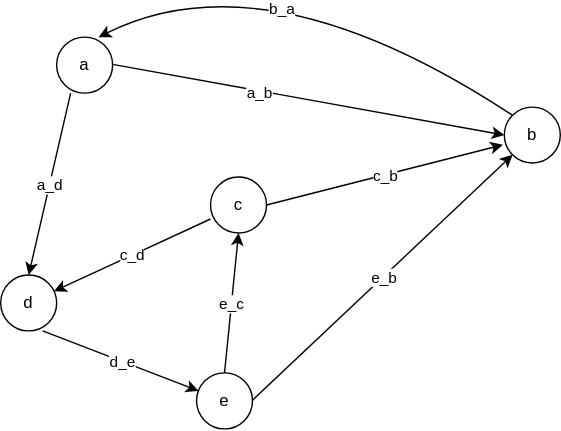
Earlier version of the draw.io export algorithms/graph/__test__/graph3.svg (nishantatgit/some-js-things). Source tidied: cells renumbered, new cells last; positions are measured from the earlier drawing's top-left corner, leaving out a move shared by most shapes.
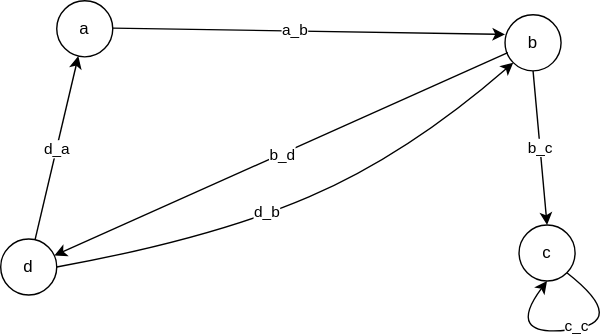
After the commit.

Change to the diagram source:
```diff
@@ -9,77 +9,64 @@
       <mxGeometry x="40" y="60" width="40" height="40" as="geometry" />
     </mxCell>
     <mxCell id="4" value="b" style="ellipse;whiteSpace=wrap;html=1;" parent="1" vertex="1">
-      <mxGeometry x="360" y="110" width="40" height="40" as="geometry" />
+      <mxGeometry x="360" y="70" width="40" height="40" as="geometry" />
     </mxCell>
-    <mxCell id="5" value="e" style="ellipse;whiteSpace=wrap;html=1;" parent="1" vertex="1">
-      <mxGeometry x="140" y="300" width="40" height="40" as="geometry" />
-    </mxCell>
     <mxCell id="6" value="c" style="ellipse;whiteSpace=wrap;html=1;" parent="1" vertex="1">
-      <mxGeometry x="150" y="160" width="40" height="40" as="geometry" />
+      <mxGeometry x="370" y="220" width="40" height="40" as="geometry" />
     </mxCell>
-    <mxCell id="7" style="endArrow=classic;html=1;entryX=0;entryY=1;entryDx=0;entryDy=0;" parent="1" edge="1" target="4">
-      <mxGeometry relative="1" as="geometry">
-        <mxPoint x="180" y="319.5" as="sourcePoint" />
-      </mxGeometry>
-    </mxCell>
-    <mxCell id="8" value="e_b" style="edgeLabel;html=1;align=center;verticalAlign=middle;" parent="7" vertex="1">
-      <mxGeometry relative="1" as="geometry" />
-    </mxCell>
-    <mxCell id="9" style="endArrow=classic;html=1;exitX=0;exitY=0.75;exitDx=0;exitDy=0;exitPerimeter=0;" parent="1" edge="1" source="6" target="2">
+    <mxCell id="9" style="endArrow=classic;html=1;exitX=0.05;exitY=0.675;exitDx=0;exitDy=0;exitPerimeter=0;" parent="1" edge="1" source="4" target="2">
       <mxGeometry relative="1" as="geometry" />
     </mxCell>
-    <mxCell id="10" value="c_d" style="edgeLabel;html=1;align=center;verticalAlign=middle;" parent="9" vertex="1">
+    <mxCell id="10" value="b_d" style="edgeLabel;html=1;align=center;verticalAlign=middle;" parent="9" vertex="1">
       <mxGeometry relative="1" as="geometry" />
     </mxCell>
-    <mxCell id="11" style="endArrow=classic;html=1;entryX=0.5;entryY=1;entryDx=0;entryDy=0;exitX=0.5;exitY=0;exitDx=0;exitDy=0;" parent="1" edge="1" source="5" target="6">
-      <mxGeometry relative="1" as="geometry" />
-    </mxCell>
-    <mxCell id="12" value="e_c" style="edgeLabel;html=1;align=center;verticalAlign=middle;" parent="11" vertex="1">
-      <mxGeometry relative="1" as="geometry" />
-    </mxCell>
-    <mxCell id="13" style="endArrow=classic;html=1;" parent="1" edge="1" target="5">
-      <mxGeometry relative="1" as="geometry">
-        <mxPoint x="30" y="270" as="sourcePoint" />
-      </mxGeometry>
-    </mxCell>
-    <mxCell id="14" value="d_e" style="edgeLabel;html=1;align=center;verticalAlign=middle;" parent="13" vertex="1">
-      <mxGeometry relative="1" as="geometry" />
-    </mxCell>
-    <mxCell id="15" style="endArrow=classic;html=1;entryX=-0.025;entryY=0.675;entryDx=0;entryDy=0;entryPerimeter=0;exitX=1;exitY=0.5;exitDx=0;exitDy=0;" parent="1" edge="1" source="6" target="4">
+    <mxCell id="15" style="endArrow=classic;html=1;entryX=0.5;entryY=0;entryDx=0;entryDy=0;exitX=0.5;exitY=1;exitDx=0;exitDy=0;" parent="1" edge="1" source="4" target="6">
       <mxGeometry relative="1" as="geometry" />
     </mxCell>
-    <mxCell id="16" value="c_b" style="edgeLabel;html=1;align=center;verticalAlign=middle;" parent="15" vertex="1">
+    <mxCell id="16" value="b_c" style="edgeLabel;html=1;align=center;verticalAlign=middle;" parent="15" vertex="1">
       <mxGeometry relative="1" as="geometry" />
     </mxCell>
-    <mxCell id="17" style="endArrow=classic;html=1;entryX=0;entryY=0.5;entryDx=0;entryDy=0;" parent="1" edge="1" target="4">
+    <mxCell id="17" style="endArrow=classic;html=1;entryX=0;entryY=0.35;entryDx=0;entryDy=0;entryPerimeter=0;" parent="1" edge="1" target="4">
       <mxGeometry relative="1" as="geometry">
         <mxPoint x="80" y="79.5" as="sourcePoint" />
       </mxGeometry>
     </mxCell>
-    <mxCell id="18" style="endArrow=classic;html=1;entryX=0.5;entryY=0;entryDx=0;entryDy=0;" parent="1" edge="1" target="2">
-      <mxGeometry relative="1" as="geometry">
-        <mxPoint x="50" y="100" as="sourcePoint" />
-      </mxGeometry>
+    <mxCell id="18" style="endArrow=classic;html=1;" parent="1" edge="1" source="2" target="3">
+      <mxGeometry relative="1" as="geometry" />
     </mxCell>
-    <mxCell id="19" value="a_d" style="edgeLabel;html=1;align=center;verticalAlign=middle;" parent="18" vertex="1">
+    <mxCell id="19" value="d_a" style="edgeLabel;html=1;align=center;verticalAlign=middle;" parent="18" vertex="1">
       <mxGeometry relative="1" as="geometry" />
     </mxCell>
-    <mxCell id="20" style="curved=1;endArrow=classic;html=1;entryX=0.75;entryY=0;entryDx=0;entryDy=0;entryPerimeter=0;exitX=0;exitY=0;exitDx=0;exitDy=0;" parent="1" edge="1" source="4" target="3">
+    <mxCell id="20" style="curved=1;endArrow=classic;html=1;entryX=0;entryY=1;entryDx=0;entryDy=0;exitX=1;exitY=0.5;exitDx=0;exitDy=0;" parent="1" edge="1" source="2" target="4">
       <mxGeometry relative="1" as="geometry">
         <Array as="points">
-          <mxPoint x="190" />
+          <mxPoint x="150" y="230" />
+          <mxPoint x="290" y="170" />
         </Array>
       </mxGeometry>
     </mxCell>
-    <mxCell id="21" value="b_a" style="edgeLabel;html=1;align=center;verticalAlign=middle;" parent="20" vertex="1">
+    <mxCell id="21" value="d_b" style="edgeLabel;html=1;align=center;verticalAlign=middle;" parent="20" vertex="1">
       <mxGeometry x="-0.02" y="19" relative="1" as="geometry">
-        <mxPoint x="-15.1" as="offset" />
+        <mxPoint x="-13.4" y="23.5" as="offset" />
       </mxGeometry>
     </mxCell>
     <mxCell id="22" value="a_b" style="edgeLabel;html=1;align=center;verticalAlign=middle;" parent="20" vertex="1">
       <mxGeometry x="-0.02" y="19" relative="1" as="geometry">
-        <mxPoint x="-30.8" y="60.2" as="offset" />
+        <mxPoint x="6.6" y="-106.5" as="offset" />
       </mxGeometry>
     </mxCell>
+    <mxCell id="23" style="curved=1;endArrow=classic;html=1;exitX=1;exitY=1;exitDx=0;exitDy=0;entryX=0.5;entryY=1;entryDx=0;entryDy=0;" parent="1" edge="1" source="6" target="6">
+      <mxGeometry relative="1" as="geometry">
+        <Array as="points">
+          <mxPoint x="450" y="290" />
+          <mxPoint x="360" y="300" />
+        </Array>
+      </mxGeometry>
+    </mxCell>
+    <mxCell id="24" value="c_c" style="edgeLabel;html=1;align=center;verticalAlign=middle;" parent="23" vertex="1">
+      <mxGeometry x="-0.73" y="-25" relative="1" as="geometry">
+        <mxPoint y="1" as="offset" />
+      </mxGeometry>
+    </mxCell>
   </root>
 </mxGraphModel>
```
